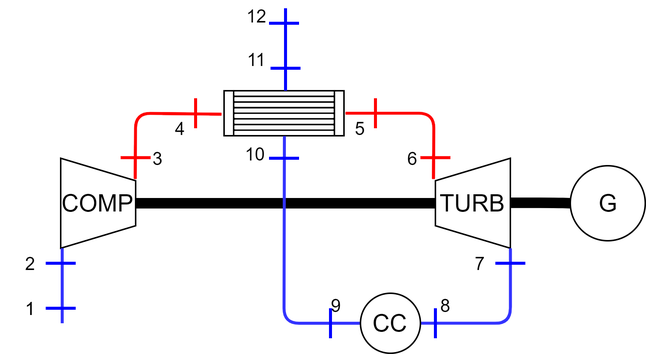
This is Chapitre_5/Images/EFGT.png from Boreas3/TFE, a draw.io export, as it was before one commit. Source tidied: cells renumbered, new cells last; positions are measured from the earlier drawing's top-left corner, leaving out a move shared by most shapes.
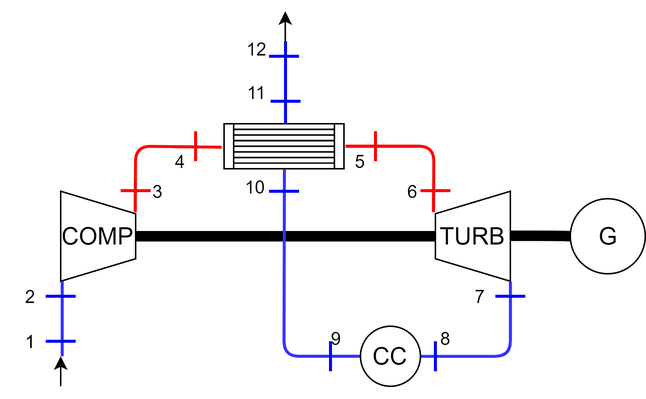
After the commit.

Diff of the diagram source:
```diff
@@ -210,5 +210,17 @@
     <mxCell id="43" value="12" style="text;html=1;strokeColor=none;fillColor=none;align=center;verticalAlign=middle;whiteSpace=wrap;rounded=0;" parent="1" vertex="1">
       <mxGeometry x="151" width="40" height="20" as="geometry" />
     </mxCell>
+    <mxCell id="44" style="endArrow=classic;html=1;" parent="1" edge="1">
+      <mxGeometry relative="1" as="geometry">
+        <mxPoint x="40" y="235" as="sourcePoint" />
+        <mxPoint x="40" y="215" as="targetPoint" />
+      </mxGeometry>
+    </mxCell>
+    <mxCell id="45" style="endArrow=classic;html=1;" parent="1" edge="1">
+      <mxGeometry relative="1" as="geometry">
+        <mxPoint x="189.8" y="5" as="sourcePoint" />
+        <mxPoint x="189.8" y="-15" as="targetPoint" />
+      </mxGeometry>
+    </mxCell>
   </root>
 </mxGraphModel>
```
